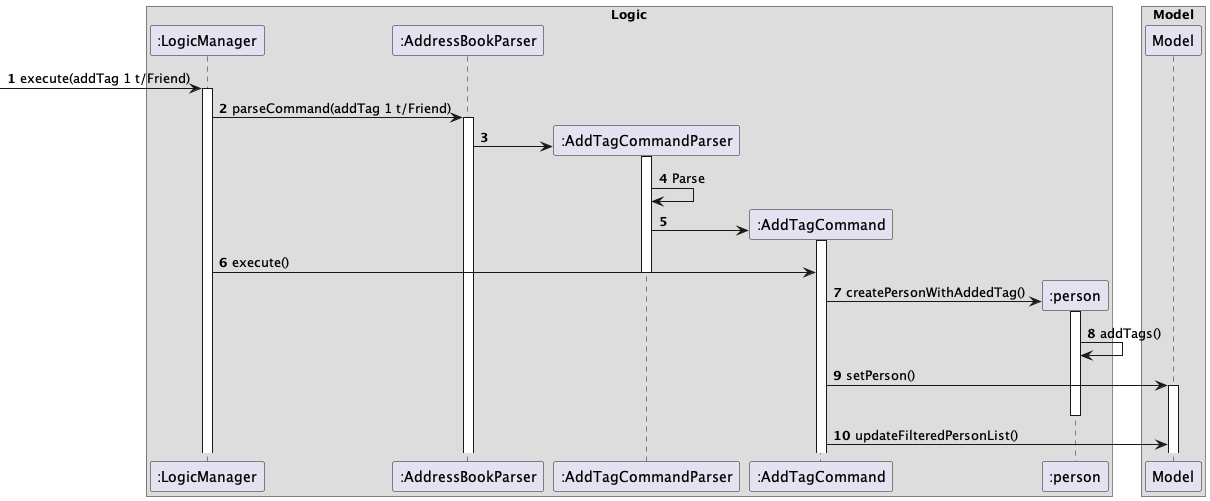
Earlier version of the PlantUML export diagrams/AddTagSequenceDiagram.png (AY2324S1-CS2103-W14-1/tp). The source it was exported from:
```plantuml
@startuml

box Logic
participant ":LogicManager" as LogicManager
participant ":AddressBookParser" as AddressBookParser
participant ":AddTagCommandParser" as AddTagCommandParser
participant ":AddTagCommand" as AddTagCommand
participant ":person" as Person
end box

autonumber
[->LogicManager : execute(addTag 1 t/Friend)
activate LogicManager

LogicManager -> AddressBookParser : parseCommand(addTag 1 t/Friend)
activate AddressBookParser

create AddTagCommandParser
AddressBookParser -> AddTagCommandParser:
activate AddTagCommandParser

AddTagCommandParser -> AddTagCommandParser : Parse

create AddTagCommand
AddTagCommandParser -> AddTagCommand
activate AddTagCommand
LogicManager -> AddTagCommand : execute()
deactivate AddTagCommandParser

create Person
AddTagCommand -> Person : createPersonWithAddedTag()
activate Person
Person -> Person : addTags()

AddTagCommand -> Model : setPerson()
activate Model
deactivate Person
AddTagCommand -> Model : updateFilteredPersonList()

box Model
participant ":Model" as Model
end box

@enduml
```
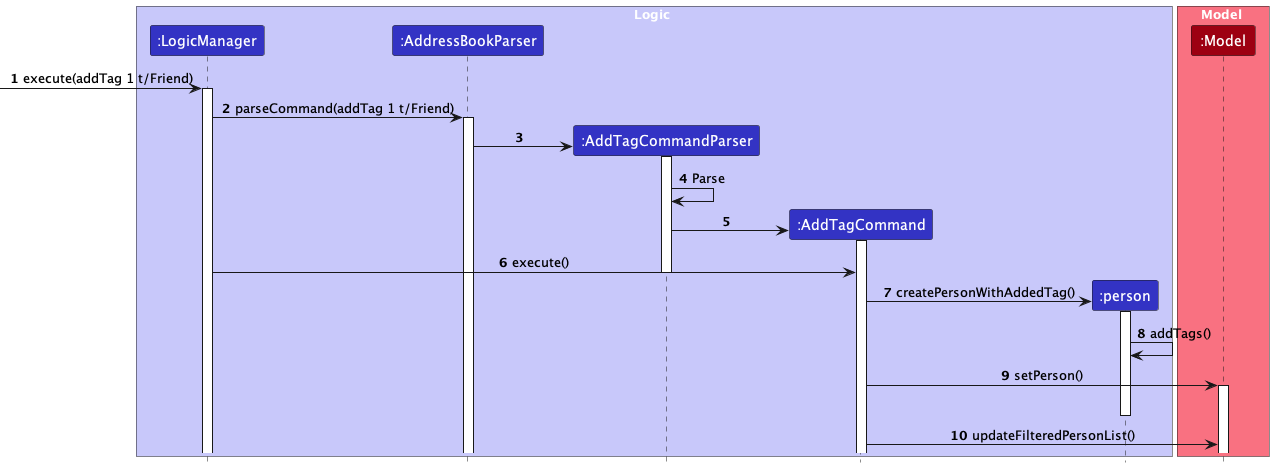
Above is the later version.

Change to the diagram source:
```diff
@@ -1,11 +1,17 @@
 @startuml
+!include style.puml
+skinparam ArrowFontStyle plain
 
-box Logic
-participant ":LogicManager" as LogicManager
-participant ":AddressBookParser" as AddressBookParser
-participant ":AddTagCommandParser" as AddTagCommandParser
-participant ":AddTagCommand" as AddTagCommand
-participant ":person" as Person
+box Logic LOGIC_COLOR_T1
+participant ":LogicManager" as LogicManager LOGIC_COLOR
+participant ":AddressBookParser" as AddressBookParser LOGIC_COLOR
+participant ":AddTagCommandParser" as AddTagCommandParser LOGIC_COLOR
+participant ":AddTagCommand" as AddTagCommand LOGIC_COLOR
+participant ":person" as Person LOGIC_COLOR
+end box
+
+box Model MODEL_COLOR_T1
+participant ":Model" as Model MODEL_COLOR
 end box
 
 autonumber
@@ -37,8 +43,4 @@
 deactivate Person
 AddTagCommand -> Model : updateFilteredPersonList()
 
-box Model
-participant ":Model" as Model
-end box
-
 @enduml
```
